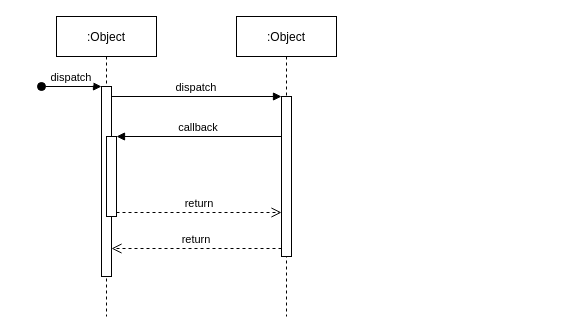
The draw.io diagram Untitled Diagram.drawio in jakeskeez/Diagrams, before the edit. Source tidied: cells renumbered, new cells numbered last; positions are measured from the earlier drawing's top-left corner, leaving out a move shared by most shapes. Both pictures are drawn from the tidied source at 100%, with x=0, y=0 at pixel (41, 16).
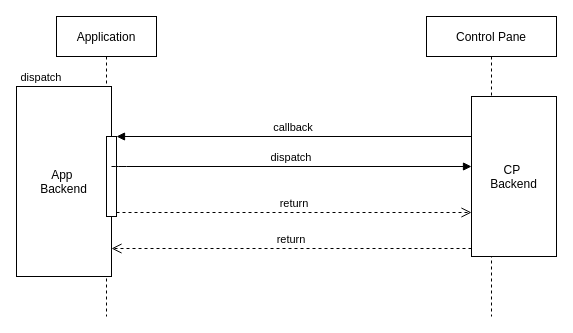
After the change.

Diff of the diagram source:
```diff
@@
 <mxGraphModel>
   <root>
     <mxCell id="0" />
     <mxCell id="1" parent="0" />
-    <mxCell id="2" value=":Object" style="shape=umlLifeline;perimeter=lifelinePerimeter;rounded=0;shadow=0;strokeWidth=1;" parent="1" vertex="1">
+    <mxCell id="2" value="Application" style="shape=umlLifeline;perimeter=lifelinePerimeter;rounded=0;shadow=0;strokeWidth=1;" parent="1" vertex="1">
       <mxGeometry x="15" width="100" height="300" as="geometry" />
     </mxCell>
-    <mxCell id="3" style="points=[];perimeter=orthogonalPerimeter;rounded=0;shadow=0;strokeWidth=1;" parent="2" vertex="1">
-      <mxGeometry x="45" y="70" width="10" height="190" as="geometry" />
+    <mxCell id="3" value="App &#10;Backend" style="points=[];perimeter=orthogonalPerimeter;rounded=0;shadow=0;strokeWidth=1;" parent="2" vertex="1">
+      <mxGeometry x="-40" y="70" width="95" height="190" as="geometry" />
     </mxCell>
     <mxCell id="4" value="dispatch" style="verticalAlign=bottom;startArrow=oval;endArrow=block;startSize=8;shadow=0;strokeWidth=1;" parent="2" edge="1" target="3">
       <mxGeometry relative="1" as="geometry">
         <mxPoint x="-15" y="70" as="sourcePoint" />
       </mxGeometry>
     </mxCell>
     <mxCell id="5" style="points=[];perimeter=orthogonalPerimeter;rounded=0;shadow=0;strokeWidth=1;" parent="2" vertex="1">
       <mxGeometry x="50" y="120" width="10" height="80" as="geometry" />
     </mxCell>
-    <mxCell id="6" value=":Object" style="shape=umlLifeline;perimeter=lifelinePerimeter;rounded=0;shadow=0;strokeWidth=1;" parent="1" vertex="1">
-      <mxGeometry x="195" width="100" height="300" as="geometry" />
+    <mxCell id="6" value="Control Pane" style="shape=umlLifeline;perimeter=lifelinePerimeter;rounded=0;shadow=0;strokeWidth=1;" parent="1" vertex="1">
+      <mxGeometry x="385" width="130" height="300" as="geometry" />
     </mxCell>
-    <mxCell id="7" style="points=[];perimeter=orthogonalPerimeter;rounded=0;shadow=0;strokeWidth=1;" parent="6" vertex="1">
-      <mxGeometry x="45" y="80" width="10" height="160" as="geometry" />
+    <mxCell id="7" value="CP &#10;Backend" style="points=[];perimeter=orthogonalPerimeter;rounded=0;shadow=0;strokeWidth=1;" parent="6" vertex="1">
+      <mxGeometry x="45" y="80" width="85" height="160" as="geometry" />
     </mxCell>
     <mxCell id="8" value="return" style="verticalAlign=bottom;endArrow=open;dashed=1;endSize=8;exitX=0;exitY=0.95;shadow=0;strokeWidth=1;" parent="1" edge="1" source="7" target="3">
       <mxGeometry relative="1" as="geometry" />
     </mxCell>
-    <mxCell id="9" value="dispatch" style="verticalAlign=bottom;endArrow=block;entryX=0;entryY=0;shadow=0;strokeWidth=1;" parent="1" edge="1" source="3" target="7">
-      <mxGeometry relative="1" as="geometry" />
+    <mxCell id="9" value="dispatch" style="verticalAlign=bottom;endArrow=block;shadow=0;strokeWidth=1;" parent="1" edge="1" source="3" target="7">
+      <mxGeometry relative="1" as="geometry">
+        <Array as="points">
+          <mxPoint x="75" y="150" />
+        </Array>
+      </mxGeometry>
     </mxCell>
     <mxCell id="10" value="callback" style="verticalAlign=bottom;endArrow=block;entryX=1;entryY=0;shadow=0;strokeWidth=1;" parent="1" edge="1" source="7" target="5">
       <mxGeometry relative="1" as="geometry" />
     </mxCell>
     <mxCell id="11" value="return" style="verticalAlign=bottom;endArrow=open;dashed=1;endSize=8;exitX=1;exitY=0.95;shadow=0;strokeWidth=1;" parent="1" edge="1" source="5" target="7">
       <mxGeometry relative="1" as="geometry" />
     </mxCell>
   </root>
 </mxGraphModel>
```
